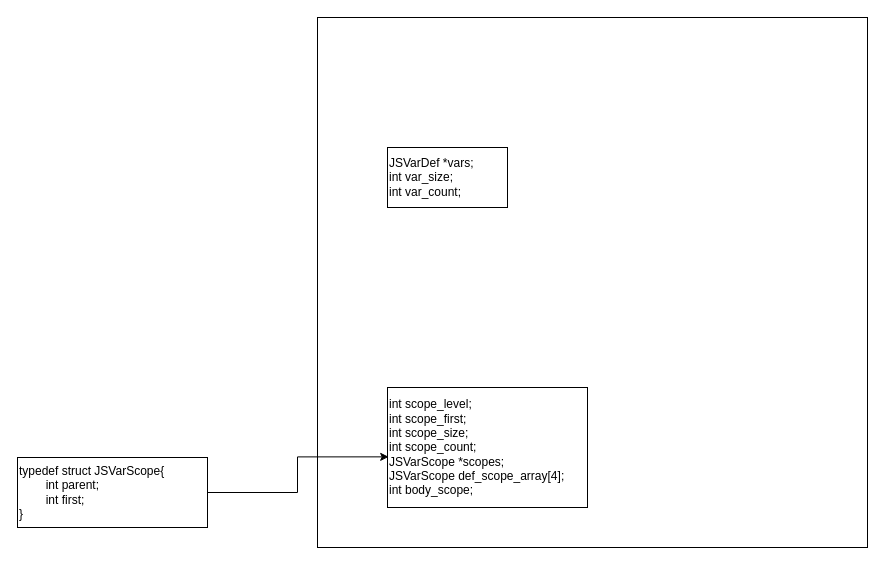
This is quickjs_struct.drawio from yuhaishenedc/drawio, a draw.io file, before an edit. Source tidied: cells renumbered, new cells numbered last; positions are measured from the earlier drawing's top-left corner, leaving out a move shared by most shapes. Both pictures are drawn from the tidied source at 100%, with x=0, y=0 at pixel (17, 17).
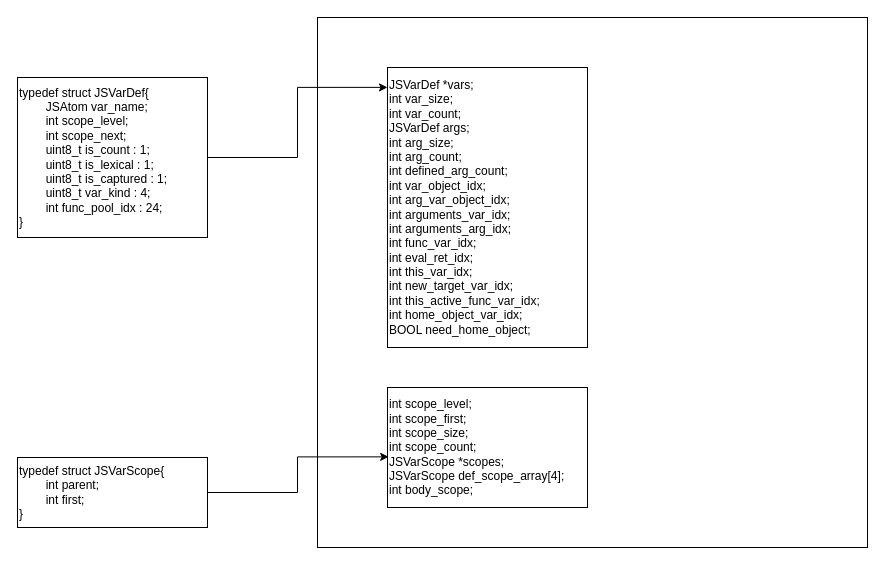
Above is the later version.

What changed in the source:
```diff
@@
 <mxGraphModel>
   <root>
     <mxCell id="0" />
     <mxCell id="1" parent="0" />
     <mxCell id="2" style="whiteSpace=wrap;html=1;" parent="1" vertex="1">
       <mxGeometry x="300" width="550" height="530" as="geometry" />
     </mxCell>
     <mxCell id="3" value="&lt;div&gt;int scope_level;&lt;/div&gt;&lt;div&gt;int scope_first;&lt;/div&gt;&lt;div&gt;int scope_size;&lt;/div&gt;&lt;div&gt;int scope_count;&lt;/div&gt;&lt;div&gt;JSVarScope *scopes;&lt;/div&gt;&lt;div&gt;JSVarScope def_scope_array[4];&lt;/div&gt;&lt;div&gt;int body_scope;&lt;/div&gt;" style="whiteSpace=wrap;html=1;align=left;" parent="1" vertex="1">
       <mxGeometry x="370" y="370" width="200" height="120" as="geometry" />
     </mxCell>
     <mxCell id="4" value="typedef struct JSVarScope{&lt;div&gt;&lt;span style=&quot;white-space: pre;&quot;&gt;&#9;&lt;/span&gt;int parent;&lt;br&gt;&lt;/div&gt;&lt;div&gt;&lt;span style=&quot;white-space: pre;&quot;&gt;&#9;&lt;/span&gt;int first;&lt;br&gt;&lt;/div&gt;&lt;div&gt;}&lt;/div&gt;" style="whiteSpace=wrap;html=1;align=left;" parent="1" vertex="1">
       <mxGeometry y="440" width="190" height="70" as="geometry" />
     </mxCell>
     <mxCell id="5" style="edgeStyle=orthogonalEdgeStyle;rounded=0;jettySize=auto;html=1;entryX=0.006;entryY=0.578;entryDx=0;entryDy=0;entryPerimeter=0;" parent="1" edge="1" source="4" target="3">
       <mxGeometry relative="1" as="geometry" />
     </mxCell>
-    <mxCell id="6" value="JSVarDef *vars;&lt;div&gt;int var_size;&lt;/div&gt;&lt;div&gt;int var_count;&lt;/div&gt;" style="whiteSpace=wrap;html=1;align=left;" parent="1" vertex="1">
-      <mxGeometry x="370" y="130" width="120" height="60" as="geometry" />
+    <mxCell id="6" value="JSVarDef *vars;&lt;div&gt;int var_size;&lt;/div&gt;&lt;div&gt;int var_count;&lt;/div&gt;&lt;div&gt;JSVarDef args;&lt;/div&gt;&lt;div&gt;int arg_size;&lt;/div&gt;&lt;div&gt;int arg_count;&lt;/div&gt;&lt;div&gt;int defined_arg_count;&lt;/div&gt;&lt;div&gt;int var_object_idx;&lt;/div&gt;&lt;div&gt;int arg_var_object_idx;&lt;/div&gt;&lt;div&gt;int arguments_var_idx;&lt;/div&gt;&lt;div&gt;int arguments_arg_idx;&lt;/div&gt;&lt;div&gt;int func_var_idx;&lt;/div&gt;&lt;div&gt;int eval_ret_idx;&lt;/div&gt;&lt;div&gt;int this_var_idx;&lt;/div&gt;&lt;div&gt;int new_target_var_idx;&lt;/div&gt;&lt;div&gt;int this_active_func_var_idx;&lt;/div&gt;&lt;div&gt;int home_object_var_idx;&lt;/div&gt;&lt;div&gt;BOOL need_home_object;&lt;/div&gt;" style="whiteSpace=wrap;html=1;align=left;" parent="1" vertex="1">
+      <mxGeometry x="370" y="50" width="200" height="280" as="geometry" />
     </mxCell>
+    <mxCell id="7" value="typedef struct JSVarDef{&lt;div&gt;&lt;span style=&quot;white-space: pre;&quot;&gt;&#9;&lt;/span&gt;JSAtom var_name;&lt;/div&gt;&lt;div&gt;&lt;span style=&quot;white-space: pre;&quot;&gt;&#9;&lt;/span&gt;int scope_level;&lt;/div&gt;&lt;div&gt;&lt;span style=&quot;white-space: pre;&quot;&gt;&#9;&lt;/span&gt;int scope_next;&lt;/div&gt;&lt;div&gt;&lt;span style=&quot;white-space: pre;&quot;&gt;&#9;&lt;/span&gt;uint8_t is_count : 1;&lt;/div&gt;&lt;div&gt;&lt;span style=&quot;white-space: pre;&quot;&gt;&#9;&lt;/span&gt;uint8_t is_lexical : 1;&lt;/div&gt;&lt;div&gt;&lt;span style=&quot;white-space: pre;&quot;&gt;&#9;&lt;/span&gt;uint8_t is_captured : 1;&lt;/div&gt;&lt;div&gt;&lt;span style=&quot;white-space: pre;&quot;&gt;&#9;&lt;/span&gt;uint8_t var_kind : 4;&lt;/div&gt;&lt;div&gt;&lt;span style=&quot;white-space: pre;&quot;&gt;&#9;&lt;/span&gt;int func_pool_idx : 24;&lt;br&gt;&lt;div&gt;}&lt;/div&gt;&lt;/div&gt;" style="whiteSpace=wrap;html=1;align=left;" parent="1" vertex="1">
+      <mxGeometry y="60" width="190" height="160" as="geometry" />
+    </mxCell>
+    <mxCell id="8" style="edgeStyle=orthogonalEdgeStyle;rounded=0;jettySize=auto;html=1;entryX=0;entryY=0.071;entryDx=0;entryDy=0;entryPerimeter=0;" parent="1" edge="1" source="7" target="6">
+      <mxGeometry relative="1" as="geometry" />
+    </mxCell>
   </root>
 </mxGraphModel>
```
